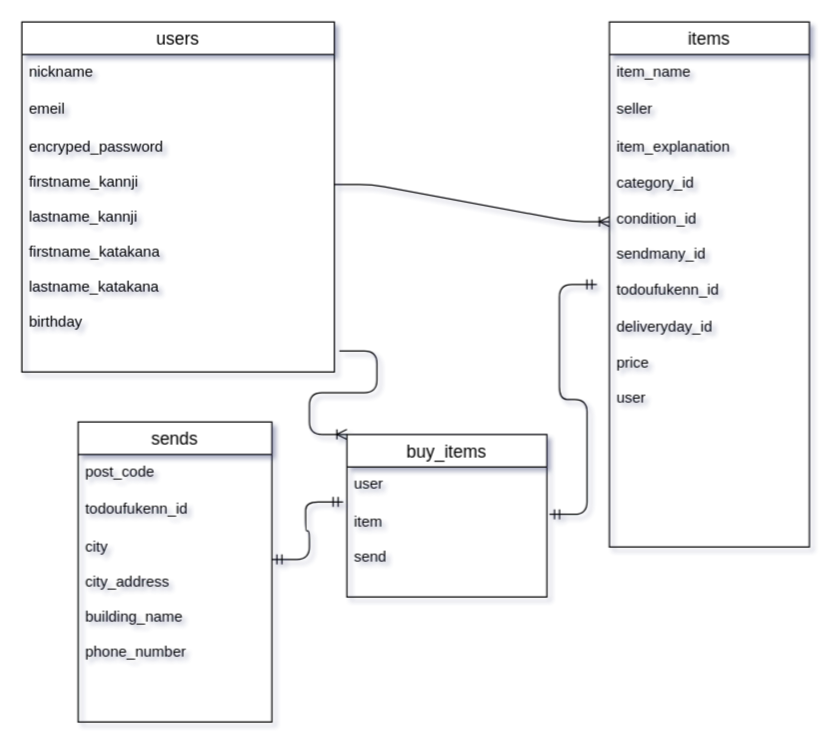
The draw.io diagram .dio in y-naoto/furima-36756, before the edit. Source tidied: cells renumbered, new cells numbered last; positions are measured from the earlier drawing's top-left corner, leaving out a move shared by most shapes. Both pictures are drawn from the tidied source at 125%, with x=0, y=0 at pixel (21, 21).
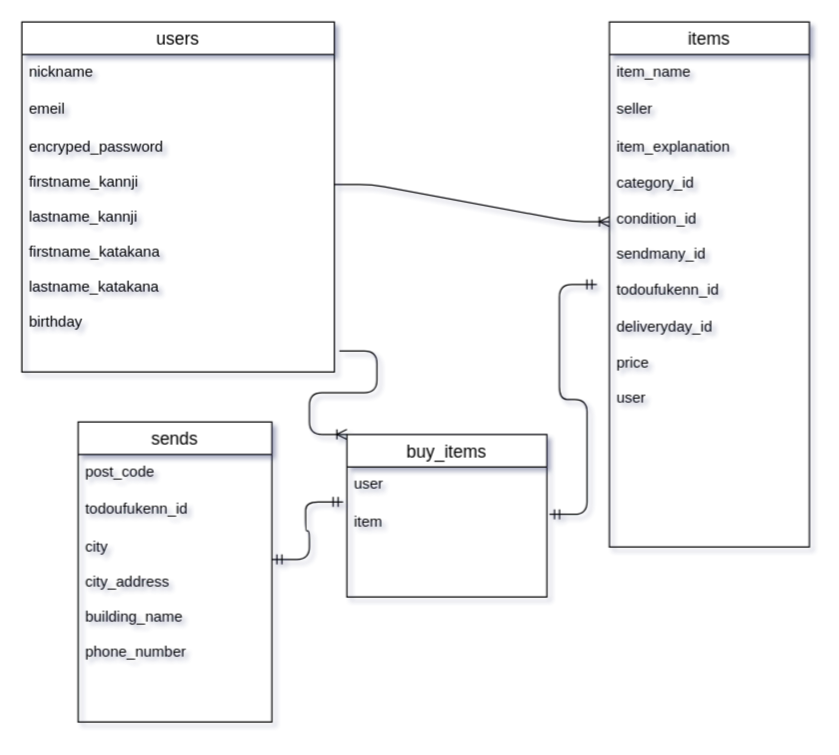
The same diagram, later.

The change refers to these unchanged cells:
```xml
<mxCell id="10" value="buy_items" style="swimlane;fontStyle=0;horizontal=1;startSize=26;align=center;fontSize=14;" parent="1" vertex="1">
  <mxGeometry x="260" y="330" width="160" height="130" as="geometry" />
</mxCell>
```

What changed in the source:
```diff
@@
-    <mxCell id="12" value="item&#10;&#10;send" style="text;strokeColor=none;fillColor=none;spacingLeft=4;spacingRight=4;overflow=hidden;points=[[0,0.5],[1,0.5]];portConstraint=eastwest;fontSize=12;" parent="10" vertex="1">
+    <mxCell id="12" value="item&#10;&#10;" style="text;strokeColor=none;fillColor=none;spacingLeft=4;spacingRight=4;overflow=hidden;points=[[0,0.5],[1,0.5]];portConstraint=eastwest;fontSize=12;" parent="10" vertex="1">
       <mxGeometry y="56" width="160" height="74" as="geometry" />
     </mxCell>
```
